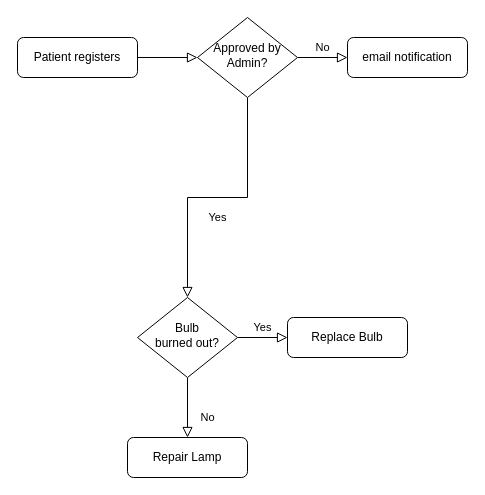
willdonlan8/hello-world keeps this draw.io diagram as coursework.drawio. Above is the earlier version. Source tidied: cells renumbered, new cells numbered last; positions are measured from the earlier drawing's top-left corner, leaving out a move shared by most shapes. Both pictures are drawn from the tidied source at 100%, with x=0, y=0 at pixel (17, 17).
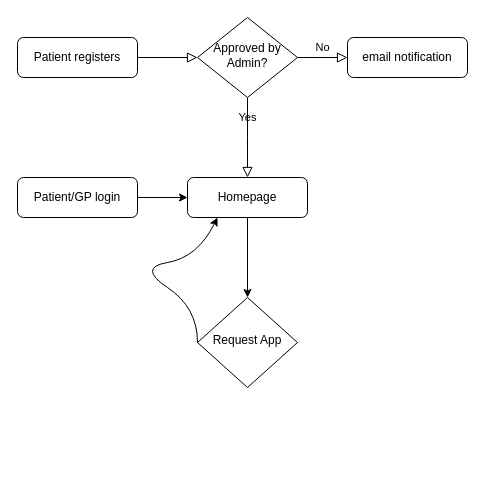
After the change.

What changed in the source:
```diff
@@
 <mxGraphModel>
   <root>
     <mxCell id="0" />
     <mxCell id="1" parent="0" />
     <mxCell id="2" style="rounded=0;html=1;jettySize=auto;fontSize=11;endArrow=block;endFill=0;endSize=8;strokeWidth=1;shadow=0;labelBackgroundColor=none;edgeStyle=orthogonalEdgeStyle;" parent="1" edge="1" source="3" target="6">
       <mxGeometry relative="1" as="geometry" />
     </mxCell>
     <mxCell id="3" value="Patient registers" style="rounded=1;whiteSpace=wrap;html=1;fontSize=12;glass=0;strokeWidth=1;shadow=0;" parent="1" vertex="1">
       <mxGeometry y="20" width="120" height="40" as="geometry" />
     </mxCell>
-    <mxCell id="4" value="Yes" style="rounded=0;html=1;jettySize=auto;fontSize=11;endArrow=block;endFill=0;endSize=8;strokeWidth=1;shadow=0;labelBackgroundColor=none;edgeStyle=orthogonalEdgeStyle;" parent="1" edge="1" source="6" target="10">
-      <mxGeometry y="20" relative="1" as="geometry" />
+    <mxCell id="4" value="Yes" style="rounded=0;html=1;jettySize=auto;fontSize=11;endArrow=block;endFill=0;endSize=8;strokeWidth=1;shadow=0;labelBackgroundColor=none;edgeStyle=orthogonalEdgeStyle;" parent="1" edge="1" source="6">
+      <mxGeometry y="20" relative="1" as="geometry">
+        <mxPoint x="230" y="160" as="targetPoint" />
+      </mxGeometry>
     </mxCell>
     <mxCell id="5" value="No" style="edgeStyle=orthogonalEdgeStyle;rounded=0;html=1;jettySize=auto;fontSize=11;endArrow=block;endFill=0;endSize=8;strokeWidth=1;shadow=0;labelBackgroundColor=none;" parent="1" edge="1" source="6" target="7">
       <mxGeometry y="10" relative="1" as="geometry" />
     </mxCell>
     <mxCell id="6" value="Approved by Admin?" style="rhombus;whiteSpace=wrap;html=1;shadow=0;fontFamily=Helvetica;fontSize=12;align=center;strokeWidth=1;spacing=6;spacingTop=-4;" parent="1" vertex="1">
       <mxGeometry x="180" width="100" height="80" as="geometry" />
     </mxCell>
     <mxCell id="7" value="email notification" style="rounded=1;whiteSpace=wrap;html=1;fontSize=12;glass=0;strokeWidth=1;shadow=0;" parent="1" vertex="1">
       <mxGeometry x="330" y="20" width="120" height="40" as="geometry" />
     </mxCell>
-    <mxCell id="8" value="No" style="rounded=0;html=1;jettySize=auto;fontSize=11;endArrow=block;endFill=0;endSize=8;strokeWidth=1;shadow=0;labelBackgroundColor=none;edgeStyle=orthogonalEdgeStyle;" parent="1" edge="1" source="10" target="11">
-      <mxGeometry x="0.33" y="20" relative="1" as="geometry" />
-    </mxCell>
-    <mxCell id="9" value="Yes" style="edgeStyle=orthogonalEdgeStyle;rounded=0;html=1;jettySize=auto;fontSize=11;endArrow=block;endFill=0;endSize=8;strokeWidth=1;shadow=0;labelBackgroundColor=none;" parent="1" edge="1" source="10" target="12">
-      <mxGeometry y="10" relative="1" as="geometry" />
-    </mxCell>
-    <mxCell id="10" value="Bulb&lt;br&gt;burned out?" style="rhombus;whiteSpace=wrap;html=1;shadow=0;fontFamily=Helvetica;fontSize=12;align=center;strokeWidth=1;spacing=6;spacingTop=-4;" parent="1" vertex="1">
-      <mxGeometry x="120" y="280" width="100" height="80" as="geometry" />
-    </mxCell>
-    <mxCell id="11" value="Repair Lamp" style="rounded=1;whiteSpace=wrap;html=1;fontSize=12;glass=0;strokeWidth=1;shadow=0;" parent="1" vertex="1">
-      <mxGeometry x="110" y="420" width="120" height="40" as="geometry" />
-    </mxCell>
-    <mxCell id="12" value="Replace Bulb" style="rounded=1;whiteSpace=wrap;html=1;fontSize=12;glass=0;strokeWidth=1;shadow=0;" parent="1" vertex="1">
-      <mxGeometry x="270" y="300" width="120" height="40" as="geometry" />
+    <mxCell id="12" value="Homepage" style="rounded=1;whiteSpace=wrap;html=1;fontSize=12;glass=0;strokeWidth=1;shadow=0;" parent="1" vertex="1">
+      <mxGeometry x="170" y="160" width="120" height="40" as="geometry" />
     </mxCell>
+    <mxCell id="13" style="endArrow=classic;html=1;exitX=0.5;exitY=1;exitDx=0;exitDy=0;" parent="1" edge="1" source="12">
+      <mxGeometry relative="1" as="geometry">
+        <mxPoint x="230" y="280" as="targetPoint" />
+      </mxGeometry>
+    </mxCell>
+    <mxCell id="14" value="Request App" style="rhombus;whiteSpace=wrap;html=1;shadow=0;fontFamily=Helvetica;fontSize=12;align=center;strokeWidth=1;spacing=6;spacingTop=-4;" parent="1" vertex="1">
+      <mxGeometry x="180" y="280" width="100" height="90" as="geometry" />
+    </mxCell>
+    <mxCell id="15" value="Patient/GP login" style="rounded=1;whiteSpace=wrap;html=1;" parent="1" vertex="1">
+      <mxGeometry y="160" width="120" height="40" as="geometry" />
+    </mxCell>
+    <mxCell id="16" style="endArrow=classic;html=1;entryX=0;entryY=0.5;entryDx=0;entryDy=0;" parent="1" edge="1" target="12">
+      <mxGeometry relative="1" as="geometry">
+        <mxPoint x="120" y="180" as="sourcePoint" />
+      </mxGeometry>
+    </mxCell>
+    <mxCell id="17" style="curved=1;endArrow=classic;html=1;exitX=0;exitY=0.5;exitDx=0;exitDy=0;entryX=0.25;entryY=1;entryDx=0;entryDy=0;" parent="1" edge="1" source="14" target="12">
+      <mxGeometry relative="1" as="geometry">
+        <Array as="points">
+          <mxPoint x="180" y="290" />
+          <mxPoint x="120" y="250" />
+          <mxPoint x="180" y="240" />
+        </Array>
+      </mxGeometry>
+    </mxCell>
   </root>
 </mxGraphModel>
```
